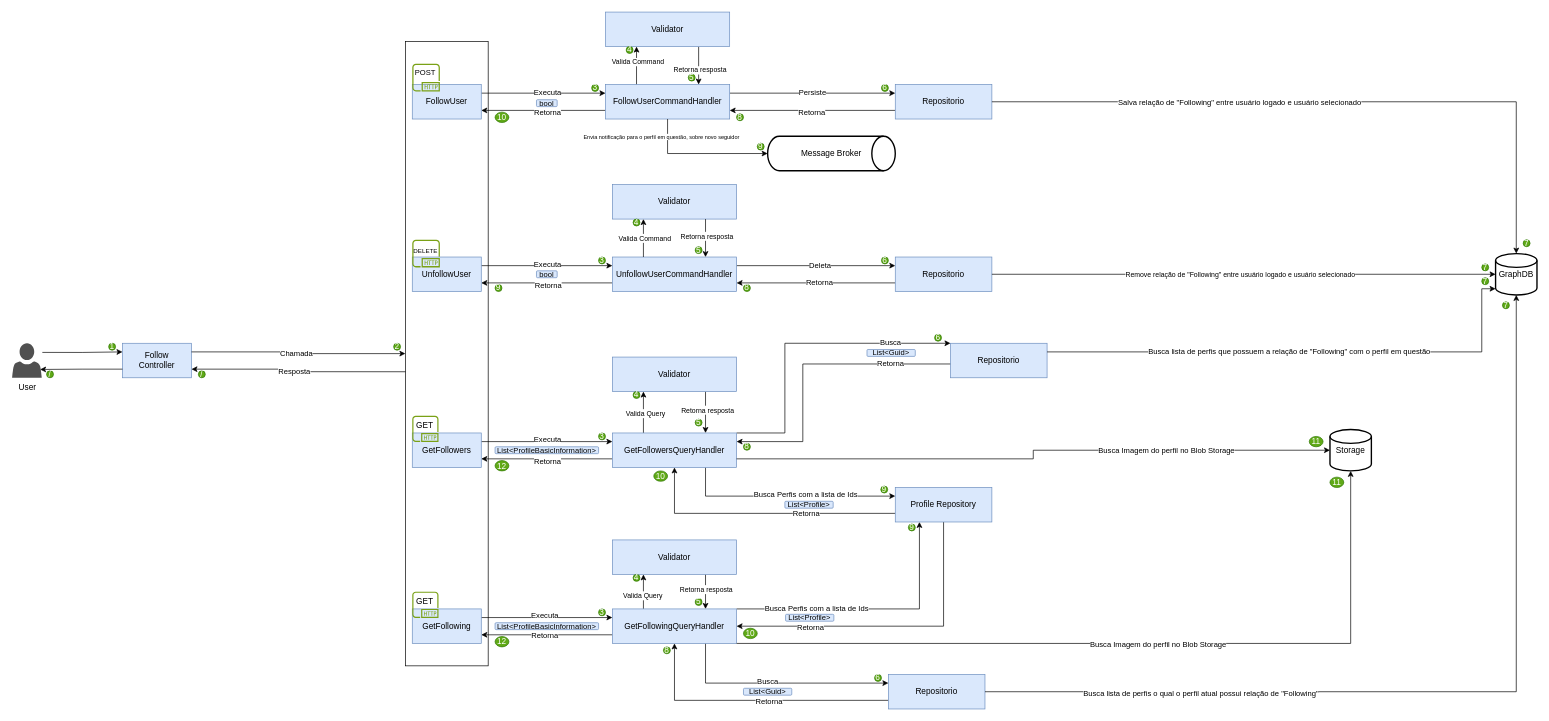
This is page "SocialService/Follow" (4 of 8) of Untitled Diagram.drawio from AlanEdward19/ShapeUp, a draw.io file, before an edit. Source tidied: cells renumbered, new cells numbered last; positions are measured from the earlier drawing's top-left corner, leaving out a move shared by most shapes. Both pictures are drawn from the tidied source at 69%, with x=0, y=0 at pixel (12, 12).
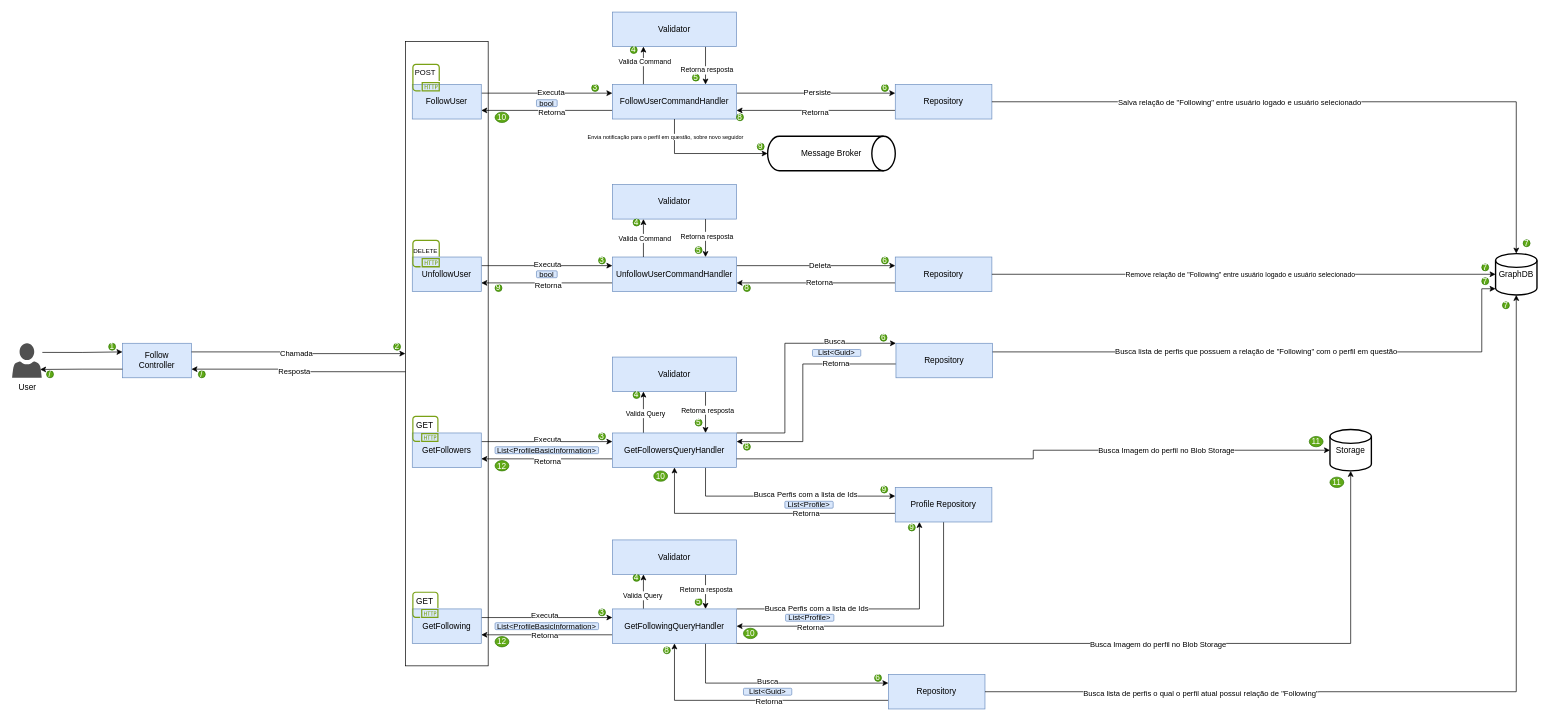
Above is the later version.

Unchanged cells that the change refers to:
```xml
<mxCell id="47" style="edgeStyle=orthogonalEdgeStyle;rounded=0;jettySize=auto;html=1;exitX=1;exitY=0;exitDx=0;exitDy=0;entryX=0;entryY=0;entryDx=0;entryDy=0;" parent="1" edge="1" source="51" target="58">
  <mxGeometry relative="1" as="geometry">
    <Array as="points">
      <mxPoint x="1120" y="610" />
      <mxPoint x="1120" y="480" />
    </Array>
  </mxGeometry>
</mxCell>
<mxCell id="56" style="edgeStyle=orthogonalEdgeStyle;rounded=0;jettySize=auto;html=1;exitX=0;exitY=0.75;exitDx=0;exitDy=0;entryX=1;entryY=0.25;entryDx=0;entryDy=0;" parent="1" edge="1" target="51">
  <mxGeometry relative="1" as="geometry">
    <mxPoint x="1366" y="519.5" as="sourcePoint" />
    <Array as="points">
      <mxPoint x="1366" y="510" />
      <mxPoint x="1146" y="510" />
      <mxPoint x="1146" y="623" />
    </Array>
  </mxGeometry>
</mxCell>
```

What changed in the source:
```diff
@@
     <mxCell id="17" value="FollowUserCommandHandler" style="whiteSpace=wrap;html=1;fillColor=#dae8fc;strokeColor=#6c8ebf;" parent="1" vertex="1">
-      <mxGeometry x="860" y="105" width="180" height="50" as="geometry" />
+      <mxGeometry x="870" y="105" width="180" height="50" as="geometry" />
     </mxCell>
@@
     <mxCell id="26" value="Validator" style="whiteSpace=wrap;html=1;fillColor=#dae8fc;strokeColor=#6c8ebf;" parent="1" vertex="1">
-      <mxGeometry x="860" width="180" height="50" as="geometry" />
+      <mxGeometry x="870" width="180" height="50" as="geometry" />
     </mxCell>
@@
-    <mxCell id="29" value="Repositorio" style="whiteSpace=wrap;html=1;fillColor=#dae8fc;strokeColor=#6c8ebf;" parent="1" vertex="1">
+    <mxCell id="29" value="Repository" style="whiteSpace=wrap;html=1;fillColor=#dae8fc;strokeColor=#6c8ebf;" parent="1" vertex="1">
       <mxGeometry x="1280" y="105" width="140" height="50" as="geometry" />
     </mxCell>
@@
-    <mxCell id="40" value="Repositorio" style="whiteSpace=wrap;html=1;fillColor=#dae8fc;strokeColor=#6c8ebf;" parent="1" vertex="1">
+    <mxCell id="40" value="Repository" style="whiteSpace=wrap;html=1;fillColor=#dae8fc;strokeColor=#6c8ebf;" parent="1" vertex="1">
       <mxGeometry x="1280" y="355" width="140" height="50" as="geometry" />
     </mxCell>
@@
     <mxCell id="48" value="Busca" style="edgeLabel;html=1;align=center;verticalAlign=middle;" parent="47" vertex="1">
       <mxGeometry x="0.54" relative="1" as="geometry">
-        <mxPoint x="13" y="-2" as="offset" />
+        <mxPoint x="-7" y="-3" as="offset" />
       </mxGeometry>
     </mxCell>
@@
     <mxCell id="57" value="Retorna" style="edgeLabel;html=1;align=center;verticalAlign=middle;" parent="56" vertex="1">
       <mxGeometry x="-0.52" y="1" relative="1" as="geometry">
-        <mxPoint x="2" y="-2" as="offset" />
+        <mxPoint x="-77" y="-2" as="offset" />
       </mxGeometry>
     </mxCell>
-    <mxCell id="58" value="Repositorio" style="whiteSpace=wrap;html=1;fillColor=#dae8fc;strokeColor=#6c8ebf;" parent="1" vertex="1">
-      <mxGeometry x="1360" y="480" width="140" height="50" as="geometry" />
+    <mxCell id="58" value="Repository" style="whiteSpace=wrap;html=1;fillColor=#dae8fc;strokeColor=#6c8ebf;" parent="1" vertex="1">
+      <mxGeometry x="1281" y="480" width="140" height="50" as="geometry" />
     </mxCell>
@@
-    <mxCell id="76" value="Repositorio" style="whiteSpace=wrap;html=1;fillColor=#dae8fc;strokeColor=#6c8ebf;" parent="1" vertex="1">
+    <mxCell id="76" value="Repository" style="whiteSpace=wrap;html=1;fillColor=#dae8fc;strokeColor=#6c8ebf;" parent="1" vertex="1">
       <mxGeometry x="1270" y="960" width="140" height="50" as="geometry" />
     </mxCell>
@@
     <mxCell id="120" value="4" style="ellipse;whiteSpace=wrap;html=1;fillColor=#60a917;fontColor=#ffffff;strokeColor=#2D7600;" parent="1" vertex="1">
-      <mxGeometry x="890" y="50" width="10" height="10" as="geometry" />
+      <mxGeometry x="896" y="50" width="10" height="10" as="geometry" />
     </mxCell>
@@
     <mxCell id="122" value="5" style="ellipse;whiteSpace=wrap;html=1;fillColor=#60a917;fontColor=#ffffff;strokeColor=#2D7600;" parent="1" vertex="1">
-      <mxGeometry x="980" y="90" width="10" height="10" as="geometry" />
+      <mxGeometry x="986" y="90" width="10" height="10" as="geometry" />
     </mxCell>
@@
     <mxCell id="133" value="6" style="ellipse;whiteSpace=wrap;html=1;fillColor=#60a917;fontColor=#ffffff;strokeColor=#2D7600;" parent="1" vertex="1">
-      <mxGeometry x="1337" y="467" width="10" height="10" as="geometry" />
+      <mxGeometry x="1258" y="467" width="10" height="10" as="geometry" />
     </mxCell>
@@
     <mxCell id="145" value="List&amp;lt;Guid&amp;gt;" style="rounded=1;whiteSpace=wrap;html=1;fillColor=#dae8fc;strokeColor=#6c8ebf;fontSize=11;" parent="1" vertex="1">
-      <mxGeometry x="1239" y="489" width="70" height="10" as="geometry" />
+      <mxGeometry x="1160" y="489" width="70" height="10" as="geometry" />
     </mxCell>
```
